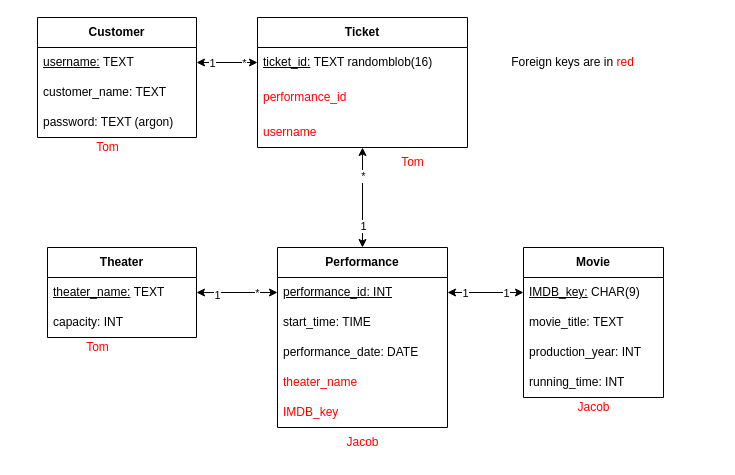
Earlier version of the draw.io diagram lab02/Lab2_ER_Model_w_Foreign_Keys.drawio (sergioferniza/edaf75). Source tidied: cells renumbered, new cells numbered last; positions are measured from the earlier drawing's top-left corner, leaving out a move shared by most shapes. Both pictures are drawn from the tidied source at 100%, with x=0, y=0 at pixel (37, 17).
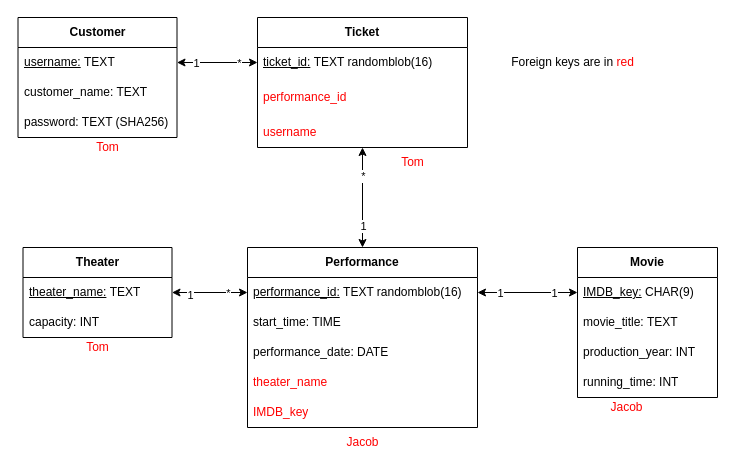
The same diagram, later.

Commit message (it also covers changes not shown here):
Updated UML diagram for DB schema (used in Lab 3)

The change refers to these unchanged cells:
```xml
<mxCell id="6" value="&lt;u&gt;IMDB_key:&lt;/u&gt; CHAR(9)" style="text;strokeColor=none;fillColor=none;align=left;verticalAlign=middle;spacingLeft=4;spacingRight=4;overflow=hidden;points=[[0,0.5],[1,0.5]];portConstraint=eastwest;whiteSpace=wrap;html=1;" parent="5" vertex="1">
  <mxGeometry y="30" width="140" height="30" as="geometry" />
</mxCell>
```

What changed in the source:
```diff
@@
     <mxCell id="2" value="Theater" style="swimlane;fontStyle=1;horizontal=1;startSize=30;whiteSpace=wrap;html=1;" parent="1" vertex="1">
-      <mxGeometry x="10" y="230" width="149" height="90" as="geometry" />
+      <mxGeometry x="-14.5" y="230" width="149" height="90" as="geometry" />
     </mxCell>
@@
     <mxCell id="5" value="Movie" style="swimlane;fontStyle=1;horizontal=1;startSize=30;whiteSpace=wrap;html=1;" parent="1" vertex="1">
-      <mxGeometry x="486" y="230" width="140" height="150" as="geometry" />
+      <mxGeometry x="540" y="230" width="140" height="150" as="geometry" />
     </mxCell>
@@
     <mxCell id="10" value="Performance" style="swimlane;fontStyle=1;horizontal=1;startSize=30;whiteSpace=wrap;html=1;" parent="1" vertex="1">
-      <mxGeometry x="240" y="230" width="170" height="180" as="geometry" />
+      <mxGeometry x="210" y="230" width="230" height="180" as="geometry" />
     </mxCell>
-    <mxCell id="11" value="&lt;u&gt;performance_id: INT&lt;/u&gt;" style="text;strokeColor=none;fillColor=none;align=left;verticalAlign=middle;spacingLeft=4;spacingRight=4;overflow=hidden;points=[[0,0.5],[1,0.5]];portConstraint=eastwest;whiteSpace=wrap;html=1;" parent="10" vertex="1">
-      <mxGeometry y="30" width="170" height="30" as="geometry" />
+    <mxCell id="11" value="&lt;u&gt;performance_id:&lt;/u&gt;&amp;nbsp;TEXT randomblob(16)" style="text;strokeColor=none;fillColor=none;align=left;verticalAlign=middle;spacingLeft=4;spacingRight=4;overflow=hidden;points=[[0,0.5],[1,0.5]];portConstraint=eastwest;whiteSpace=wrap;html=1;" parent="10" vertex="1">
+      <mxGeometry y="30" width="230" height="30" as="geometry" />
     </mxCell>
     <mxCell id="12" value="start_time: TIME" style="text;strokeColor=none;fillColor=none;align=left;verticalAlign=middle;spacingLeft=4;spacingRight=4;overflow=hidden;whiteSpace=wrap;html=1;" parent="10" vertex="1">
-      <mxGeometry y="60" width="170" height="30" as="geometry" />
+      <mxGeometry y="60" width="230" height="30" as="geometry" />
     </mxCell>
     <mxCell id="13" value="performance_date: DATE" style="text;strokeColor=none;fillColor=none;align=left;verticalAlign=middle;spacingLeft=4;spacingRight=4;overflow=hidden;whiteSpace=wrap;html=1;" parent="10" vertex="1">
-      <mxGeometry y="90" width="170" height="30" as="geometry" />
+      <mxGeometry y="90" width="230" height="30" as="geometry" />
     </mxCell>
     <mxCell id="14" value="&lt;font color=&quot;#ff0000&quot;&gt;theater_name&lt;/font&gt;" style="text;strokeColor=none;fillColor=none;align=left;verticalAlign=middle;spacingLeft=4;spacingRight=4;overflow=hidden;whiteSpace=wrap;html=1;" parent="10" vertex="1">
-      <mxGeometry y="120" width="170" height="30" as="geometry" />
+      <mxGeometry y="120" width="230" height="30" as="geometry" />
     </mxCell>
     <mxCell id="15" value="&lt;font color=&quot;#ff0000&quot;&gt;IMDB_key&lt;/font&gt;" style="text;strokeColor=none;fillColor=none;align=left;verticalAlign=middle;spacingLeft=4;spacingRight=4;overflow=hidden;whiteSpace=wrap;html=1;" parent="10" vertex="1">
-      <mxGeometry y="150" width="170" height="30" as="geometry" />
+      <mxGeometry y="150" width="230" height="30" as="geometry" />
     </mxCell>
@@
     <mxCell id="19" value="Customer" style="swimlane;fontStyle=1;horizontal=1;startSize=30;whiteSpace=wrap;html=1;" parent="1" vertex="1">
-      <mxGeometry width="159" height="120" as="geometry" />
+      <mxGeometry x="-19.5" width="159" height="120" as="geometry" />
     </mxCell>
@@
-    <mxCell id="22" value="password: TEXT (argon)" style="text;strokeColor=none;fillColor=none;align=left;verticalAlign=middle;spacingLeft=4;spacingRight=4;overflow=hidden;whiteSpace=wrap;html=1;" parent="19" vertex="1">
+    <mxCell id="22" value="password: TEXT (SHA256)" style="text;strokeColor=none;fillColor=none;align=left;verticalAlign=middle;spacingLeft=4;spacingRight=4;overflow=hidden;whiteSpace=wrap;html=1;" parent="19" vertex="1">
       <mxGeometry y="90" width="159" height="30" as="geometry" />
     </mxCell>
@@
     <mxCell id="27" style="endArrow=classic;startArrow=classic;html=1;rounded=0;exitX=0;exitY=0.5;exitDx=0;exitDy=0;" parent="1" edge="1" source="6">
       <mxGeometry relative="1" as="geometry">
-        <mxPoint x="410" y="275" as="targetPoint" />
+        <mxPoint x="440" y="275" as="targetPoint" />
       </mxGeometry>
     </mxCell>
@@
     <mxCell id="41" value="Jacob" style="text;html=1;align=center;verticalAlign=middle;strokeColor=none;fillColor=none;fontColor=#FF0000;" parent="1" vertex="1">
-      <mxGeometry x="526" y="375" width="60" height="30" as="geometry" />
+      <mxGeometry x="559" y="375" width="60" height="30" as="geometry" />
     </mxCell>
```
